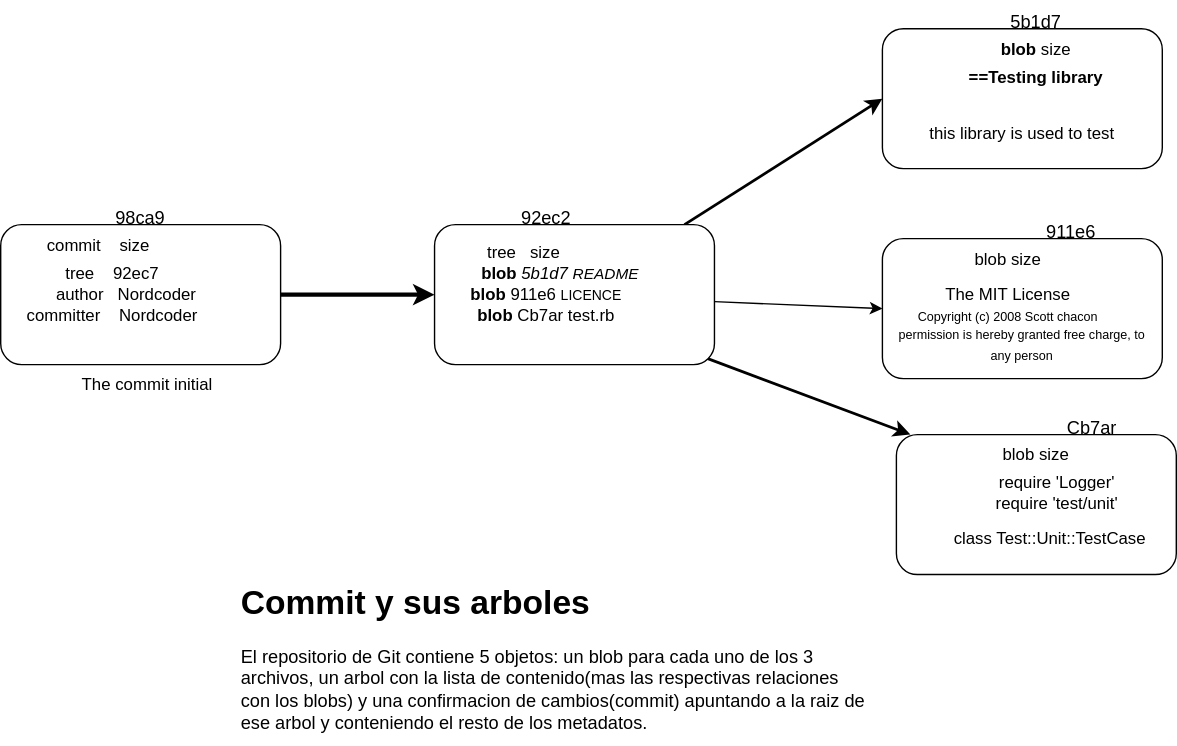
Before: arbol-confirmacion.drawio.svg, a diagram exported from draw.io (Nordcode-cyber/curso-git). Source tidied: cells renumbered, new cells last; positions are measured from the earlier drawing's top-left corner, leaving out a move shared by most shapes.
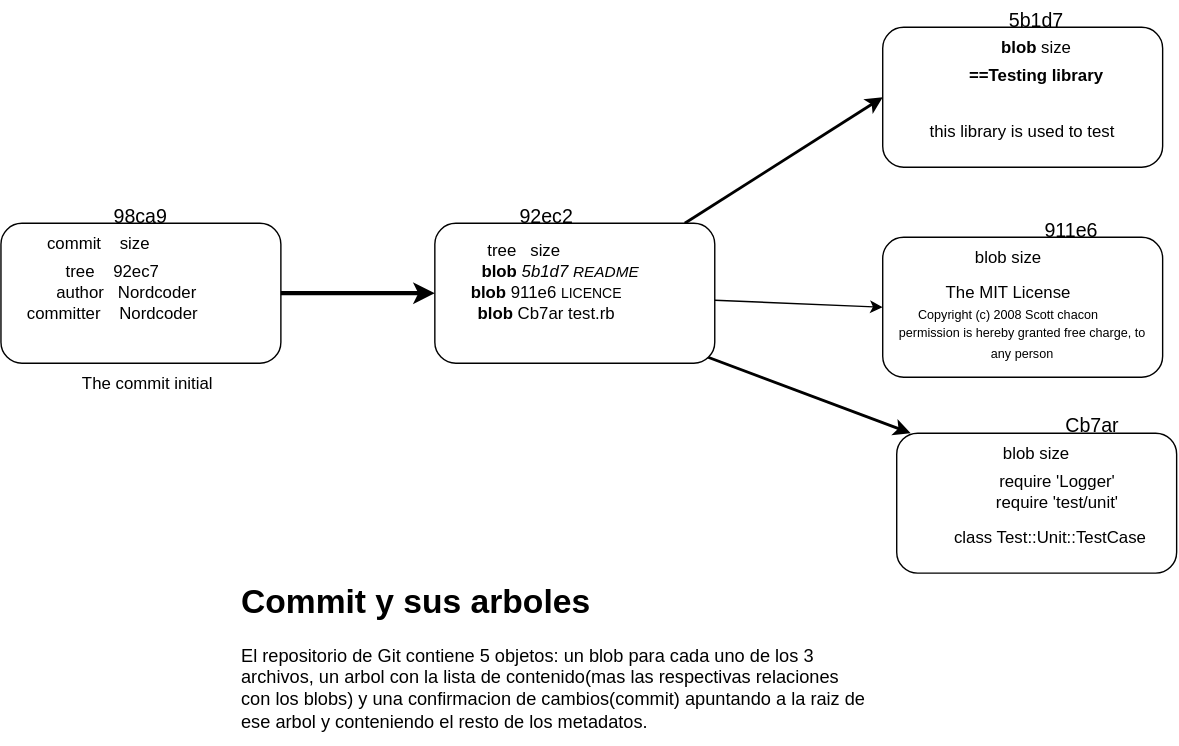
After the commit.

Diff of the diagram source:
```diff
@@ -13,7 +13,7 @@
     <mxCell id="4" style="rounded=1;whiteSpace=wrap;html=1;" parent="1" vertex="1">
       <mxGeometry y="160" width="200" height="100" as="geometry" />
     </mxCell>
-    <mxCell id="5" value="&lt;font style=&quot;color: light-dark(rgb(0, 0, 0), rgb(88, 50, 255)); font-size: 13px;&quot;&gt;98ca9&lt;/font&gt;" style="text;html=1;align=center;verticalAlign=middle;whiteSpace=wrap;rounded=0;" parent="1" vertex="1">
+    <mxCell id="5" value="&lt;font style=&quot;color: light-dark(rgb(0, 0, 0), rgb(88, 50, 255)); font-size: 14px;&quot;&gt;98ca9&lt;/font&gt;" style="text;html=1;align=center;verticalAlign=middle;whiteSpace=wrap;rounded=0;" parent="1" vertex="1">
       <mxGeometry x="70" y="140" width="60" height="30" as="geometry" />
     </mxCell>
     <mxCell id="6" value="commit&amp;nbsp; &amp;nbsp; size" style="text;html=1;align=center;verticalAlign=middle;whiteSpace=wrap;rounded=0;" parent="1" vertex="1">
@@ -48,7 +48,7 @@
     <mxCell id="15" value="&lt;b&gt;blob&lt;/b&gt;&amp;nbsp;Cb7ar test.rb" style="text;html=1;align=center;verticalAlign=middle;whiteSpace=wrap;rounded=0;" parent="1" vertex="1">
       <mxGeometry x="330" y="210" width="120" height="30" as="geometry" />
     </mxCell>
-    <mxCell id="16" value="&lt;font style=&quot;color: light-dark(rgb(0, 0, 0), rgb(88, 50, 255)); font-size: 13px;&quot;&gt;92ec2&lt;/font&gt;" style="text;html=1;align=center;verticalAlign=middle;whiteSpace=wrap;rounded=0;" parent="1" vertex="1">
+    <mxCell id="16" value="&lt;font style=&quot;color: light-dark(rgb(0, 0, 0), rgb(88, 50, 255)); font-size: 14px;&quot;&gt;92ec2&lt;/font&gt;" style="text;html=1;align=center;verticalAlign=middle;whiteSpace=wrap;rounded=0;" parent="1" vertex="1">
       <mxGeometry x="360" y="140" width="60" height="30" as="geometry" />
     </mxCell>
     <mxCell id="17" style="rounded=1;whiteSpace=wrap;html=1;" parent="1" vertex="1">
@@ -68,7 +68,7 @@
     <mxCell id="21" value="&lt;b&gt;blob&lt;/b&gt;&amp;nbsp;size" style="text;html=1;align=center;verticalAlign=middle;whiteSpace=wrap;rounded=0;" parent="1" vertex="1">
       <mxGeometry x="680" y="20" width="120" height="30" as="geometry" />
     </mxCell>
-    <mxCell id="22" value="&lt;font style=&quot;color: light-dark(rgb(0, 0, 0), rgb(88, 50, 255)); font-size: 13px;&quot;&gt;5b1d7&lt;/font&gt;" style="text;html=1;align=center;verticalAlign=middle;whiteSpace=wrap;rounded=0;" parent="1" vertex="1">
+    <mxCell id="22" value="&lt;font style=&quot;color: light-dark(rgb(0, 0, 0), rgb(88, 50, 255)); font-size: 14px;&quot;&gt;5b1d7&lt;/font&gt;" style="text;html=1;align=center;verticalAlign=middle;whiteSpace=wrap;rounded=0;" parent="1" vertex="1">
       <mxGeometry x="710" width="60" height="30" as="geometry" />
     </mxCell>
     <mxCell id="23" value="&lt;b&gt;==Testing library&lt;/b&gt;" style="text;html=1;align=center;verticalAlign=middle;whiteSpace=wrap;rounded=0;" parent="1" vertex="1">
@@ -92,7 +92,7 @@
     <mxCell id="29" value="&lt;font style=&quot;font-size: 9px;&quot;&gt;permission is hereby granted free charge, to any person&lt;/font&gt;" style="text;html=1;align=center;verticalAlign=middle;whiteSpace=wrap;rounded=0;" parent="1" vertex="1">
       <mxGeometry x="640" y="230" width="180" height="30" as="geometry" />
     </mxCell>
-    <mxCell id="30" value="&lt;font style=&quot;color: light-dark(rgb(0, 0, 0), rgb(88, 50, 255)); font-size: 13px;&quot;&gt;911e6&lt;/font&gt;" style="text;html=1;align=center;verticalAlign=middle;whiteSpace=wrap;rounded=0;" parent="1" vertex="1">
+    <mxCell id="30" value="&lt;font style=&quot;color: light-dark(rgb(0, 0, 0), rgb(88, 50, 255)); font-size: 14px;&quot;&gt;911e6&lt;/font&gt;" style="text;html=1;align=center;verticalAlign=middle;whiteSpace=wrap;rounded=0;" parent="1" vertex="1">
       <mxGeometry x="735" y="150" width="60" height="30" as="geometry" />
     </mxCell>
     <mxCell id="31" value="&lt;font style=&quot;font-size: 9px;&quot;&gt;Copyright (c) 2008 Scott chacon&lt;/font&gt;" style="text;html=1;align=center;verticalAlign=middle;whiteSpace=wrap;rounded=0;" parent="1" vertex="1">
@@ -101,7 +101,7 @@
     <mxCell id="32" value="blob size" style="text;html=1;align=center;verticalAlign=middle;whiteSpace=wrap;rounded=0;" parent="1" vertex="1">
       <mxGeometry x="710" y="310" width="60" height="30" as="geometry" />
     </mxCell>
-    <mxCell id="33" value="&lt;font style=&quot;color: light-dark(rgb(0, 0, 0), rgb(88, 50, 255)); font-size: 13px;&quot;&gt;Cb7ar&lt;/font&gt;" style="text;html=1;align=center;verticalAlign=middle;whiteSpace=wrap;rounded=0;" parent="1" vertex="1">
+    <mxCell id="33" value="&lt;font style=&quot;color: light-dark(rgb(0, 0, 0), rgb(88, 50, 255)); font-size: 14px;&quot;&gt;Cb7ar&lt;/font&gt;" style="text;html=1;align=center;verticalAlign=middle;whiteSpace=wrap;rounded=0;" parent="1" vertex="1">
       <mxGeometry x="750" y="290" width="60" height="30" as="geometry" />
     </mxCell>
     <mxCell id="34" value="require 'Logger'" style="text;html=1;align=center;verticalAlign=middle;whiteSpace=wrap;rounded=0;" parent="1" vertex="1">
```
